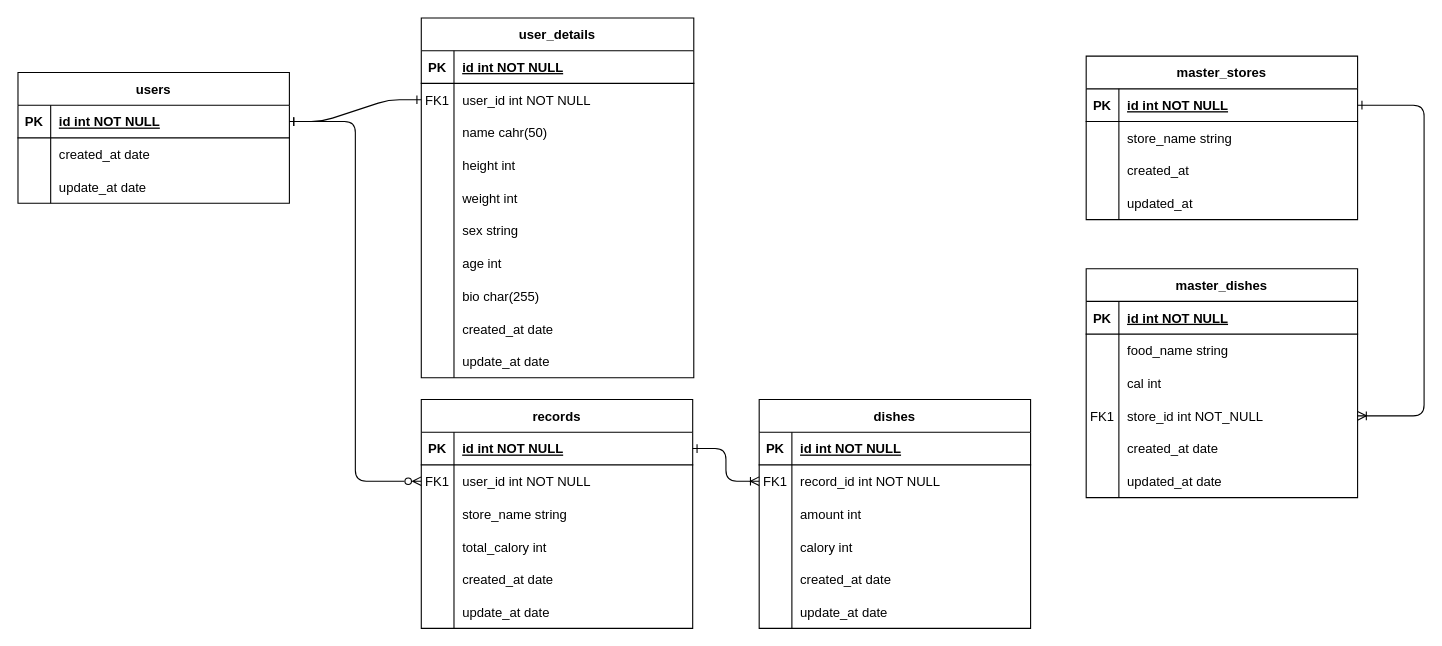
kouki515/Sati8n-Backend keeps this draw.io diagram as Entity-Relationship-Diagram.drawio. Above is the earlier version. Source tidied: cells renumbered, new cells numbered last; positions are measured from the earlier drawing's top-left corner, leaving out a move shared by most shapes. Both pictures are drawn from the tidied source at 109%, with x=0, y=0 at pixel (17, 17).
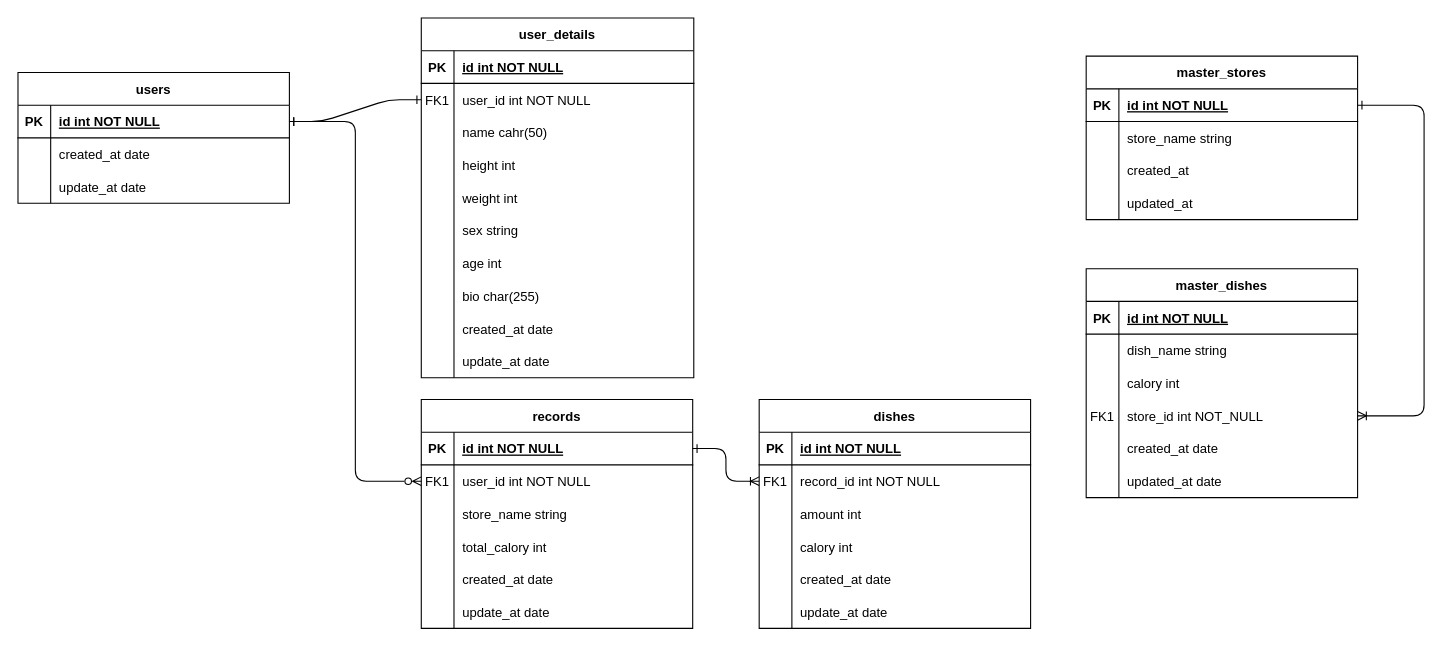
After the change.

The change refers to these unchanged cells:
```xml
<mxCell id="67" style="shape=partialRectangle;fillColor=none;top=0;left=0;right=0;bottom=0;" parent="63" vertex="1">
  <mxGeometry y="60" width="249" height="30" as="geometry" />
</mxCell>
<mxCell id="70" style="shape=partialRectangle;fillColor=none;top=0;left=0;right=0;bottom=0;" parent="63" vertex="1">
  <mxGeometry y="90" width="249" height="30" as="geometry" />
</mxCell>
```

What changed in the source:
```diff
@@
-    <mxCell id="69" value="food_name string" style="shape=partialRectangle;overflow=hidden;fillColor=none;top=0;left=0;bottom=0;right=0;align=left;spacingLeft=6;" parent="67" vertex="1">
+    <mxCell id="69" value="dish_name string" style="shape=partialRectangle;overflow=hidden;fillColor=none;top=0;left=0;bottom=0;right=0;align=left;spacingLeft=6;" parent="67" vertex="1">
       <mxGeometry x="30" width="219" height="30" as="geometry" />
     </mxCell>
@@
-    <mxCell id="72" value="cal int" style="shape=partialRectangle;overflow=hidden;fillColor=none;top=0;left=0;bottom=0;right=0;align=left;spacingLeft=6;" parent="70" vertex="1">
+    <mxCell id="72" value="calory int" style="shape=partialRectangle;overflow=hidden;fillColor=none;top=0;left=0;bottom=0;right=0;align=left;spacingLeft=6;" parent="70" vertex="1">
       <mxGeometry x="30" width="219" height="30" as="geometry" />
     </mxCell>
```
